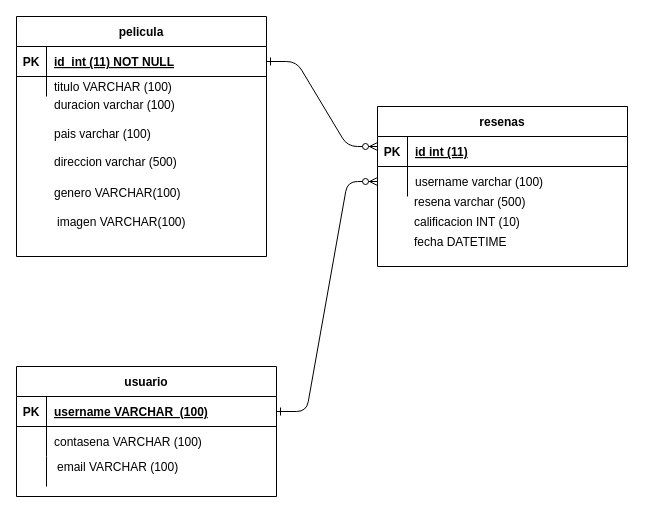
davide1003/Proyecto-Min-Tic keeps this draw.io diagram as Diagrama sin título.drawio. Above is the earlier version. Source tidied: cells renumbered, new cells numbered last; positions are measured from the earlier drawing's top-left corner, leaving out a move shared by most shapes. Both pictures are drawn from the tidied source at 100%, with x=0, y=0 at pixel (16, 16).
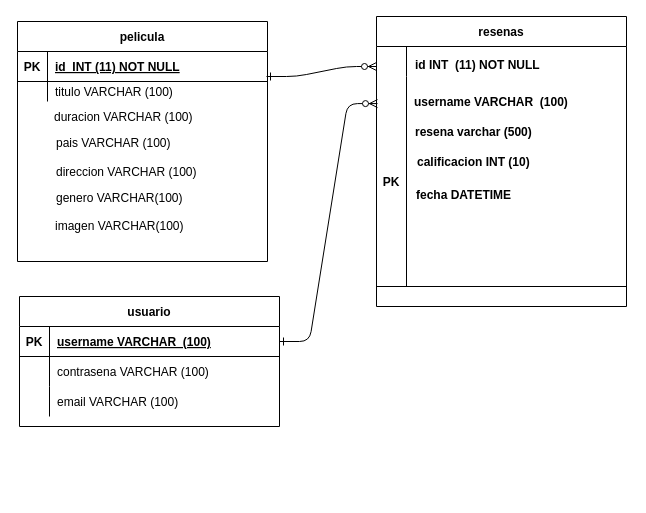
The same diagram, later.

The change refers to these unchanged cells:
```xml
<mxCell id="4" style="shape=partialRectangle;fillColor=none;points=[[0,0.5],[1,0.5]];portConstraint=eastwest;top=0;left=0;right=0;bottom=1;" parent="3" vertex="1">
  <mxGeometry y="30" width="260" height="30" as="geometry" />
</mxCell>
<mxCell id="7" style="shape=partialRectangle;fillColor=none;top=0;left=0;right=0;bottom=0;" parent="3" vertex="1">
  <mxGeometry y="60" width="260" height="30" as="geometry" />
</mxCell>
<mxCell id="21" style="shape=partialRectangle;fillColor=none;points=[[0,0.5],[1,0.5]];portConstraint=eastwest;top=0;left=0;right=0;bottom=1;" parent="20" vertex="1">
  <mxGeometry y="30" width="250" height="30" as="geometry" />
</mxCell>
```

Change to the diagram source:
```diff
@@
-    <mxCell id="2" style="edgeStyle=entityRelationEdgeStyle;endArrow=ERzeroToMany;startArrow=ERone;endFill=1;startFill=0;" parent="1" edge="1" source="4" target="17">
+    <mxCell id="2" style="edgeStyle=entityRelationEdgeStyle;endArrow=ERzeroToMany;startArrow=ERone;endFill=1;startFill=0;entryX=0.004;entryY=0.129;entryDx=0;entryDy=0;entryPerimeter=0;" parent="1" edge="1" source="4" target="14">
       <mxGeometry relative="1" as="geometry" />
     </mxCell>
     <mxCell id="3" value="usuario" style="shape=table;startSize=30;childLayout=tableLayout;rowLines=0;fontStyle=1;align=center;" parent="1" vertex="1">
-      <mxGeometry y="350" width="260" height="130" as="geometry" />
+      <mxGeometry x="3" y="280" width="260" height="130" as="geometry" />
     </mxCell>
@@
-    <mxCell id="9" value="contasena VARCHAR (100)" style="shape=partialRectangle;overflow=hidden;fillColor=none;top=0;left=0;bottom=0;right=0;align=left;spacingLeft=6;" parent="7" vertex="1">
+    <mxCell id="9" value="contrasena VARCHAR (100)" style="shape=partialRectangle;overflow=hidden;fillColor=none;top=0;left=0;bottom=0;right=0;align=left;spacingLeft=6;" parent="7" vertex="1">
       <mxGeometry x="30" width="230" height="30" as="geometry" />
     </mxCell>
@@
     <mxCell id="13" value="resenas" style="shape=table;startSize=30;childLayout=tableLayout;rowLines=0;fontStyle=1;align=center;" parent="1" vertex="1">
-      <mxGeometry x="361" y="90" width="250" height="160" as="geometry" />
+      <mxGeometry x="360" width="250" height="290" as="geometry" />
     </mxCell>
+    <mxCell id="17" style="shape=partialRectangle;fillColor=none;points=[[0,0.5],[1,0.5]];portConstraint=eastwest;top=0;left=0;right=0;bottom=0;" parent="13" vertex="1">
+      <mxGeometry y="30" width="250" height="30" as="geometry" />
+    </mxCell>
+    <mxCell id="18" style="shape=partialRectangle;overflow=hidden;fillColor=none;top=0;left=0;bottom=0;right=0;" parent="17" vertex="1">
+      <mxGeometry width="30" height="30" as="geometry" />
+    </mxCell>
+    <mxCell id="19" style="shape=partialRectangle;overflow=hidden;fillColor=none;top=0;left=0;bottom=0;right=0;align=left;spacingLeft=6;" parent="17" vertex="1">
+      <mxGeometry x="30" width="220" height="30" as="geometry" />
+    </mxCell>
     <mxCell id="14" style="shape=partialRectangle;fillColor=none;points=[[0,0.5],[1,0.5]];portConstraint=eastwest;top=0;left=0;right=0;bottom=1;" parent="13" vertex="1">
-      <mxGeometry y="30" width="250" height="30" as="geometry" />
+      <mxGeometry y="60" width="250" height="210" as="geometry" />
     </mxCell>
     <mxCell id="15" value="PK" style="shape=partialRectangle;overflow=hidden;fillColor=none;top=0;left=0;bottom=0;right=0;fontStyle=1;" parent="14" vertex="1">
-      <mxGeometry width="30" height="30" as="geometry" />
+      <mxGeometry width="30" height="210" as="geometry" />
     </mxCell>
-    <mxCell id="16" value="id int (11)" style="shape=partialRectangle;overflow=hidden;fillColor=none;top=0;left=0;bottom=0;right=0;align=left;spacingLeft=6;fontStyle=5;" parent="14" vertex="1">
-      <mxGeometry x="30" width="220" height="30" as="geometry" />
+    <mxCell id="16" style="shape=partialRectangle;overflow=hidden;fillColor=none;top=0;left=0;bottom=0;right=0;align=left;spacingLeft=6;fontStyle=5;" parent="14" vertex="1">
+      <mxGeometry x="30" width="220" height="210" as="geometry" />
     </mxCell>
-    <mxCell id="17" style="shape=partialRectangle;fillColor=none;points=[[0,0.5],[1,0.5]];portConstraint=eastwest;top=0;left=0;right=0;bottom=0;" parent="13" vertex="1">
-      <mxGeometry y="60" width="250" height="30" as="geometry" />
-    </mxCell>
-    <mxCell id="18" style="shape=partialRectangle;overflow=hidden;fillColor=none;top=0;left=0;bottom=0;right=0;" parent="17" vertex="1">
-      <mxGeometry width="30" height="30" as="geometry" />
-    </mxCell>
-    <mxCell id="19" value="username varchar (100)" style="shape=partialRectangle;overflow=hidden;fillColor=none;top=0;left=0;bottom=0;right=0;align=left;spacingLeft=6;" parent="17" vertex="1">
-      <mxGeometry x="30" width="220" height="30" as="geometry" />
-    </mxCell>
     <mxCell id="20" value="pelicula" style="shape=table;startSize=30;childLayout=tableLayout;rowLines=0;fontStyle=1;align=center;" parent="1" vertex="1">
-      <mxGeometry width="250" height="240" as="geometry" />
+      <mxGeometry x="1" y="5" width="250" height="240" as="geometry" />
     </mxCell>
@@
-    <mxCell id="23" value="id  int (11) NOT NULL " style="shape=partialRectangle;overflow=hidden;fillColor=none;top=0;left=0;bottom=0;right=0;align=left;spacingLeft=6;fontStyle=5;" parent="21" vertex="1">
+    <mxCell id="23" value="id  INT (11) NOT NULL " style="shape=partialRectangle;overflow=hidden;fillColor=none;top=0;left=0;bottom=0;right=0;align=left;spacingLeft=6;fontStyle=5;" parent="21" vertex="1">
       <mxGeometry x="30" width="220" height="30" as="geometry" />
     </mxCell>
@@
     <mxCell id="27" value="genero VARCHAR(100) " style="shape=partialRectangle;overflow=hidden;fillColor=none;top=0;left=0;bottom=0;right=0;align=left;spacingLeft=6;" parent="1" vertex="1">
-      <mxGeometry x="30" y="156" width="220" height="40" as="geometry" />
+      <mxGeometry x="32" y="161" width="220" height="40" as="geometry" />
     </mxCell>
-    <mxCell id="28" value="resena varchar (500)" style="shape=partialRectangle;overflow=hidden;fillColor=none;top=0;left=0;bottom=0;right=0;align=left;spacingLeft=6;" parent="1" vertex="1">
-      <mxGeometry x="390" y="170" width="220" height="30" as="geometry" />
+    <mxCell id="28" value="resena varchar (500)" style="shape=partialRectangle;overflow=hidden;fillColor=none;top=0;left=0;bottom=0;right=0;align=left;spacingLeft=6;fontStyle=1;" parent="1" vertex="1">
+      <mxGeometry x="391" y="100" width="220" height="30" as="geometry" />
     </mxCell>
-    <mxCell id="29" value="fecha DATETIME" style="shape=partialRectangle;overflow=hidden;fillColor=none;top=0;left=0;bottom=0;right=0;align=left;spacingLeft=6;" parent="1" vertex="1">
-      <mxGeometry x="390" y="210" width="220" height="30" as="geometry" />
+    <mxCell id="29" value="fecha DATETIME" style="shape=partialRectangle;overflow=hidden;fillColor=none;top=0;left=0;bottom=0;right=0;align=left;spacingLeft=6;fontStyle=1;" parent="1" vertex="1">
+      <mxGeometry x="392" y="163" width="220" height="30" as="geometry" />
     </mxCell>
-    <mxCell id="30" value="duracion varchar (100)" style="shape=partialRectangle;overflow=hidden;fillColor=none;top=0;left=0;bottom=0;right=0;align=left;spacingLeft=6;" parent="1" vertex="1">
-      <mxGeometry x="30" y="73" width="220" height="30" as="geometry" />
+    <mxCell id="30" value="duracion VARCHAR (100)" style="shape=partialRectangle;overflow=hidden;fillColor=none;top=0;left=0;bottom=0;right=0;align=left;spacingLeft=6;" parent="1" vertex="1">
+      <mxGeometry x="30" y="85" width="220" height="30" as="geometry" />
     </mxCell>
-    <mxCell id="31" value="pais varchar (100)" style="shape=partialRectangle;overflow=hidden;fillColor=none;top=0;left=0;bottom=0;right=0;align=left;spacingLeft=6;" parent="1" vertex="1">
-      <mxGeometry x="30" y="102" width="220" height="30" as="geometry" />
+    <mxCell id="31" value="pais VARCHAR (100)" style="shape=partialRectangle;overflow=hidden;fillColor=none;top=0;left=0;bottom=0;right=0;align=left;spacingLeft=6;" parent="1" vertex="1">
+      <mxGeometry x="32" y="111" width="220" height="30" as="geometry" />
     </mxCell>
-    <mxCell id="32" value="direccion varchar (500)" style="shape=partialRectangle;overflow=hidden;fillColor=none;top=0;left=0;bottom=0;right=0;align=left;spacingLeft=6;" parent="1" vertex="1">
-      <mxGeometry x="30" y="130" width="220" height="30" as="geometry" />
+    <mxCell id="32" value="direccion VARCHAR (100)" style="shape=partialRectangle;overflow=hidden;fillColor=none;top=0;left=0;bottom=0;right=0;align=left;spacingLeft=6;" parent="1" vertex="1">
+      <mxGeometry x="32" y="140" width="220" height="30" as="geometry" />
     </mxCell>
     <mxCell id="33" value="imagen VARCHAR(100) " style="shape=partialRectangle;overflow=hidden;fillColor=none;top=0;left=0;bottom=0;right=0;align=left;spacingLeft=6;" parent="1" vertex="1">
-      <mxGeometry x="33" y="185" width="220" height="40" as="geometry" />
+      <mxGeometry x="31" y="189" width="220" height="40" as="geometry" />
     </mxCell>
     <mxCell id="34" value="email VARCHAR (100)" style="shape=partialRectangle;overflow=hidden;fillColor=none;top=0;left=0;bottom=0;right=0;align=left;spacingLeft=6;" parent="1" vertex="1">
-      <mxGeometry x="33" y="435" width="230" height="30" as="geometry" />
+      <mxGeometry x="33" y="370" width="230" height="30" as="geometry" />
     </mxCell>
-    <mxCell id="35" value="calificacion INT (10)" style="shape=partialRectangle;overflow=hidden;fillColor=none;top=0;left=0;bottom=0;right=0;align=left;spacingLeft=6;" parent="1" vertex="1">
-      <mxGeometry x="390" y="190" width="220" height="30" as="geometry" />
+    <mxCell id="35" value="calificacion INT (10)" style="shape=partialRectangle;overflow=hidden;fillColor=none;top=0;left=0;bottom=0;right=0;align=left;spacingLeft=6;fontStyle=1;" parent="1" vertex="1">
+      <mxGeometry x="393" y="130" width="220" height="30" as="geometry" />
     </mxCell>
-    <mxCell id="36" style="edgeStyle=entityRelationEdgeStyle;endArrow=ERzeroToMany;startArrow=ERone;endFill=1;startFill=0;exitX=1;exitY=0.5;exitDx=0;exitDy=0;" parent="1" edge="1" source="21">
+    <mxCell id="36" style="edgeStyle=entityRelationEdgeStyle;endArrow=ERzeroToMany;startArrow=ERone;endFill=1;startFill=0;entryX=0;entryY=0.667;entryDx=0;entryDy=0;entryPerimeter=0;" parent="1" edge="1" target="17">
       <mxGeometry relative="1" as="geometry">
-        <mxPoint x="361" y="130" as="targetPoint" />
+        <mxPoint x="250" y="60" as="sourcePoint" />
       </mxGeometry>
     </mxCell>
+    <mxCell id="37" value="id INT  (11) NOT NULL&#10;" style="shape=partialRectangle;overflow=hidden;fillColor=none;top=0;left=0;bottom=0;right=0;align=left;spacingLeft=6;fontStyle=1;" parent="1" vertex="1">
+      <mxGeometry x="391" y="40" width="220" height="30" as="geometry" />
+    </mxCell>
+    <mxCell id="38" value="username VARCHAR  (100)" style="shape=partialRectangle;overflow=hidden;fillColor=none;top=0;left=0;bottom=0;right=0;align=left;spacingLeft=6;fontStyle=1;" parent="1" vertex="1">
+      <mxGeometry x="390" y="70" width="220" height="30" as="geometry" />
+    </mxCell>
```
